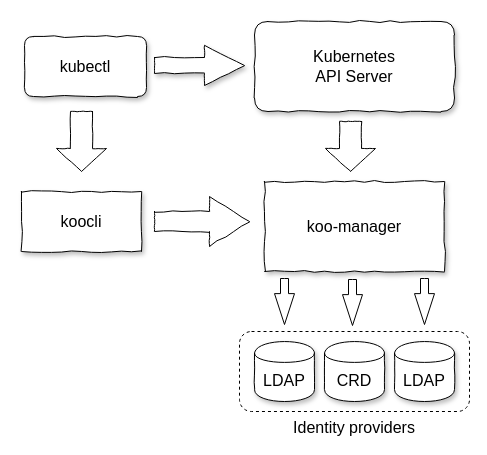
This is page "Overview" (1 of 3) of docs/draw/koo1.drawio from koobind/koobind, a draw.io file, before an edit. Source tidied: cells renumbered, new cells numbered last; positions are measured from the earlier drawing's top-left corner, leaving out a move shared by most shapes. Both pictures are drawn from the tidied source at 100%, with x=0, y=0 at pixel (21, 21).
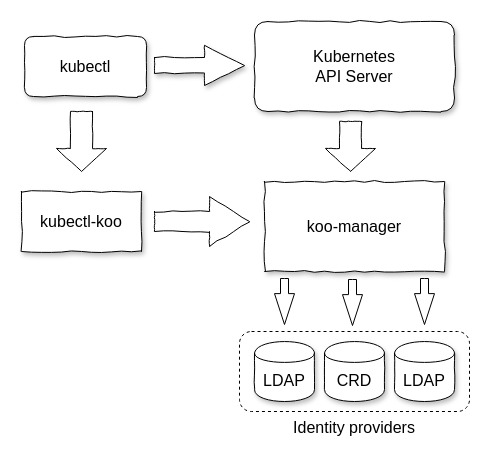
The same page after the edit.

What changed in the source:
```diff
@@
 <mxGraphModel>
   <root>
     <mxCell id="0" />
     <mxCell id="1" parent="0" />
     <mxCell id="2" value="kubectl" style="rounded=1;whiteSpace=wrap;html=1;shadow=1;comic=1;glass=0;fontSize=16;" parent="1" vertex="1">
       <mxGeometry x="3" y="15" width="122" height="60" as="geometry" />
     </mxCell>
-    <mxCell id="3" value="koocli" style="rounded=0;whiteSpace=wrap;html=1;comic=1;shadow=1;fontSize=16;" parent="1" vertex="1">
+    <mxCell id="3" value="kubectl-koo" style="rounded=0;whiteSpace=wrap;html=1;comic=1;shadow=1;fontSize=16;" parent="1" vertex="1">
       <mxGeometry y="170" width="120" height="60" as="geometry" />
     </mxCell>
     <mxCell id="4" value="Kubernetes &lt;br&gt;API Server" style="rounded=1;whiteSpace=wrap;html=1;shadow=1;comic=1;fontSize=16;" parent="1" vertex="1">
       <mxGeometry x="233" width="200" height="90" as="geometry" />
     </mxCell>
     <mxCell id="5" value="koo-manager" style="rounded=0;whiteSpace=wrap;html=1;comic=1;shadow=1;fontSize=16;" parent="1" vertex="1">
       <mxGeometry x="243" y="160" width="180" height="90" as="geometry" />
     </mxCell>
     <mxCell id="6" style="html=1;shadow=1;dashed=0;align=center;verticalAlign=middle;shape=mxgraph.arrows2.arrow;dy=0.6;dx=40;notch=0;rounded=0;comic=1;" parent="1" vertex="1">
       <mxGeometry x="133" y="24" width="90" height="40" as="geometry" />
     </mxCell>
     <mxCell id="7" style="html=1;shadow=0;dashed=0;align=center;verticalAlign=middle;shape=mxgraph.arrows2.arrow;dy=0.6;dx=40;notch=0;rounded=1;comic=1;" parent="1" vertex="1">
       <mxGeometry x="133" y="175" width="95" height="50" as="geometry" />
     </mxCell>
     <mxCell id="8" style="html=1;shadow=0;dashed=0;align=center;verticalAlign=middle;shape=mxgraph.arrows2.arrow;dy=0.56;dx=23;direction=south;notch=0;rounded=1;comic=1;" parent="1" vertex="1">
       <mxGeometry x="304" y="100" width="50" height="50" as="geometry" />
     </mxCell>
     <mxCell id="9" style="html=1;shadow=0;dashed=0;align=center;verticalAlign=middle;shape=mxgraph.arrows2.arrow;dy=0.56;dx=23;direction=south;notch=0;rounded=1;comic=1;" parent="1" vertex="1">
       <mxGeometry x="35" y="90" width="50" height="60" as="geometry" />
     </mxCell>
     <mxCell id="10" value="LDAP" style="shape=cylinder;whiteSpace=wrap;html=1;boundedLbl=1;backgroundOutline=1;rounded=1;shadow=1;glass=0;comic=1;fontSize=16;" parent="1" vertex="1">
       <mxGeometry x="233" y="320" width="60" height="60" as="geometry" />
     </mxCell>
     <mxCell id="11" value="CRD" style="shape=cylinder;whiteSpace=wrap;html=1;boundedLbl=1;backgroundOutline=1;rounded=1;shadow=1;glass=0;comic=1;fontSize=16;" parent="1" vertex="1">
       <mxGeometry x="303" y="320" width="60" height="60" as="geometry" />
     </mxCell>
     <mxCell id="12" value="LDAP" style="shape=cylinder;whiteSpace=wrap;html=1;boundedLbl=1;backgroundOutline=1;rounded=1;shadow=1;glass=0;comic=1;fontSize=16;" parent="1" vertex="1">
       <mxGeometry x="373" y="320" width="60" height="60" as="geometry" />
     </mxCell>
     <mxCell id="13" value="Identity providers" style="rounded=1;whiteSpace=wrap;html=1;shadow=0;glass=0;comic=0;fontSize=16;fillColor=none;dashed=1;labelPosition=center;verticalLabelPosition=bottom;align=center;verticalAlign=top;" parent="1" vertex="1">
       <mxGeometry x="218" y="310" width="230" height="80" as="geometry" />
     </mxCell>
     <mxCell id="14" style="html=1;shadow=0;dashed=0;align=center;verticalAlign=middle;shape=mxgraph.arrows2.arrow;dy=0.6;dx=30.89;direction=south;notch=0;rounded=1;glass=0;comic=0;fillColor=none;fontSize=16;" parent="1" vertex="1">
       <mxGeometry x="253" y="257" width="20" height="46" as="geometry" />
     </mxCell>
     <mxCell id="15" style="html=1;shadow=0;dashed=0;align=center;verticalAlign=middle;shape=mxgraph.arrows2.arrow;dy=0.6;dx=30.89;direction=south;notch=0;rounded=1;glass=0;comic=0;fillColor=none;fontSize=16;" parent="1" vertex="1">
       <mxGeometry x="321" y="258" width="20" height="46" as="geometry" />
     </mxCell>
     <mxCell id="16" style="html=1;shadow=0;dashed=0;align=center;verticalAlign=middle;shape=mxgraph.arrows2.arrow;dy=0.6;dx=30.89;direction=south;notch=0;rounded=1;glass=0;comic=0;fillColor=none;fontSize=16;" parent="1" vertex="1">
       <mxGeometry x="393" y="257" width="20" height="46" as="geometry" />
     </mxCell>
   </root>
 </mxGraphModel>
```
